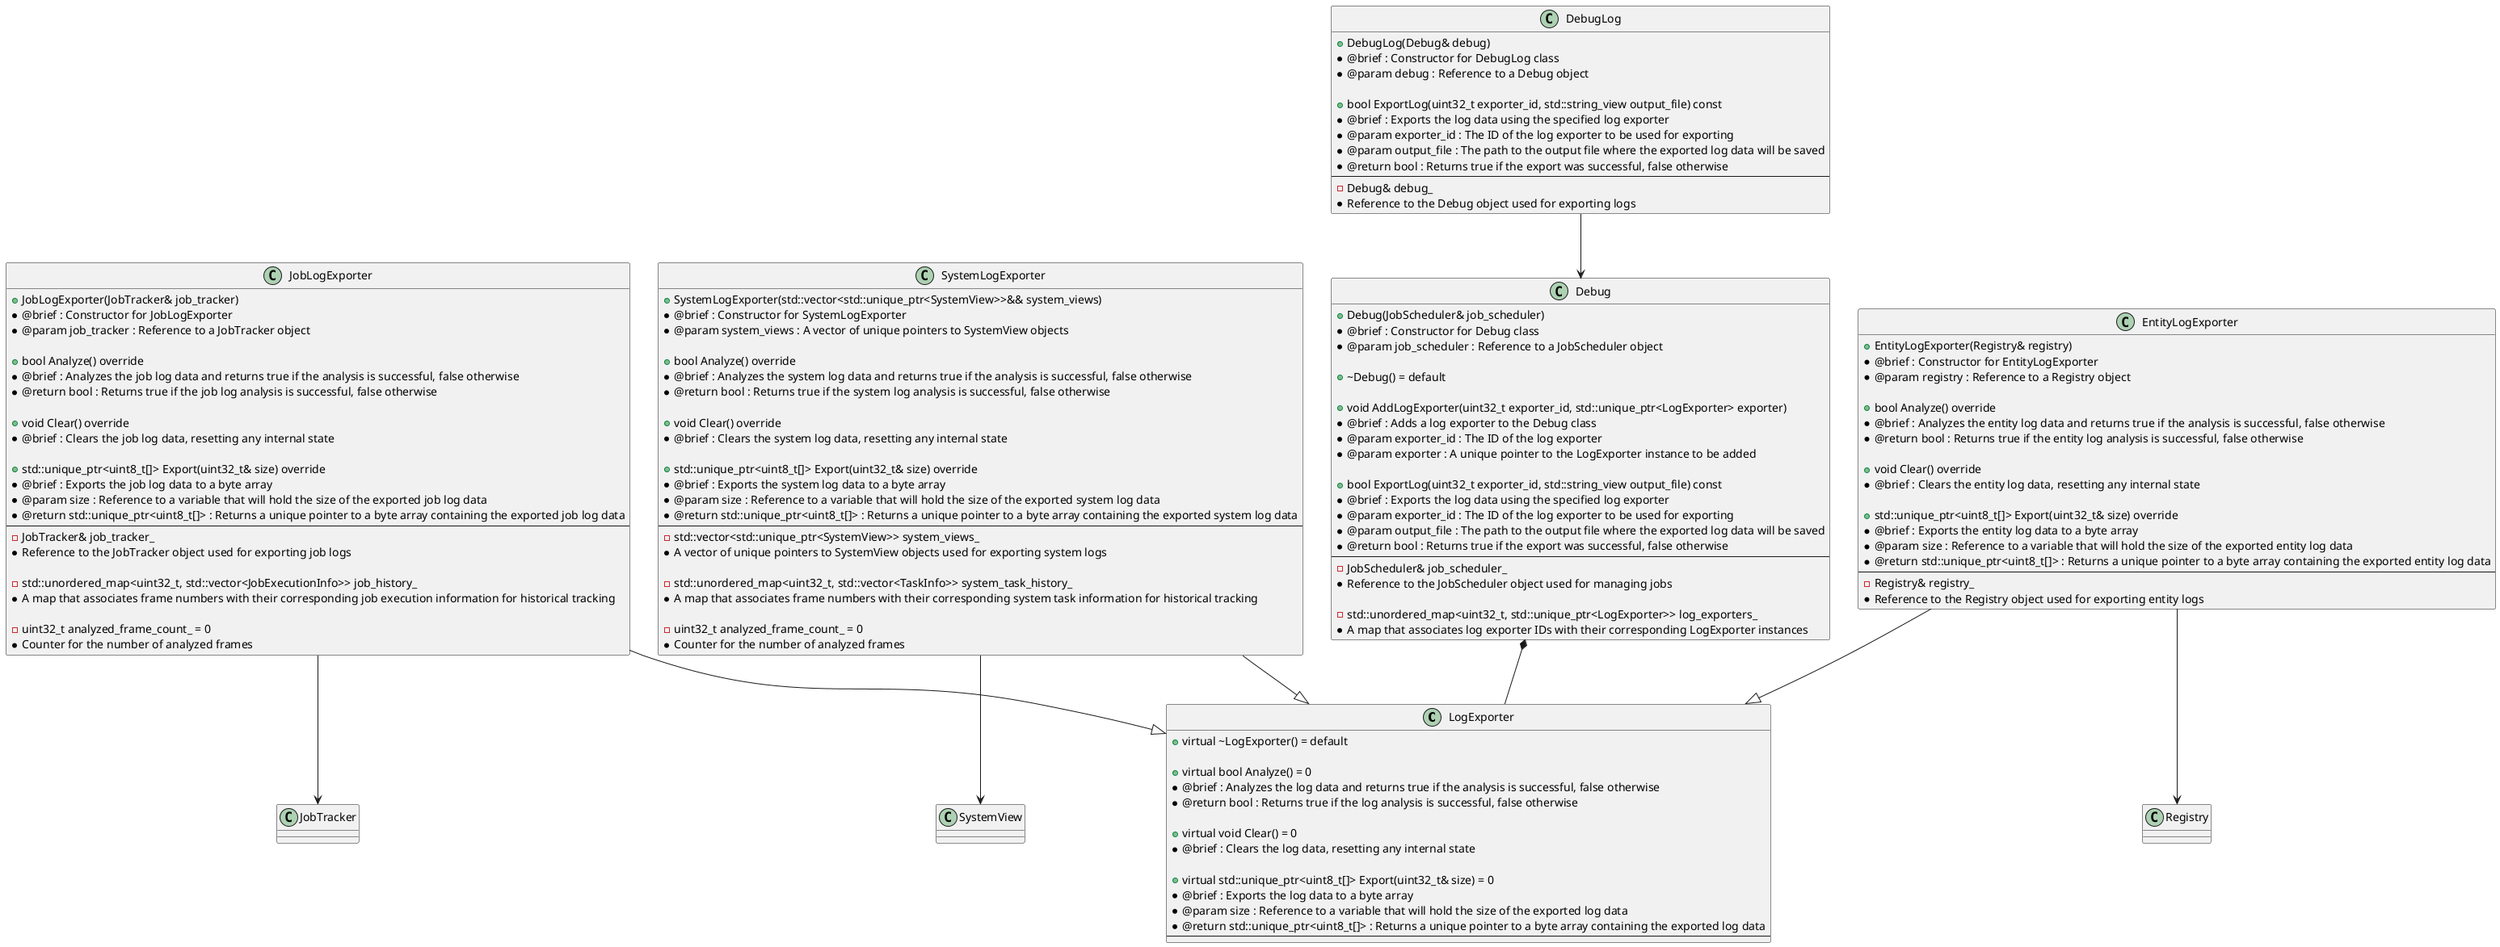
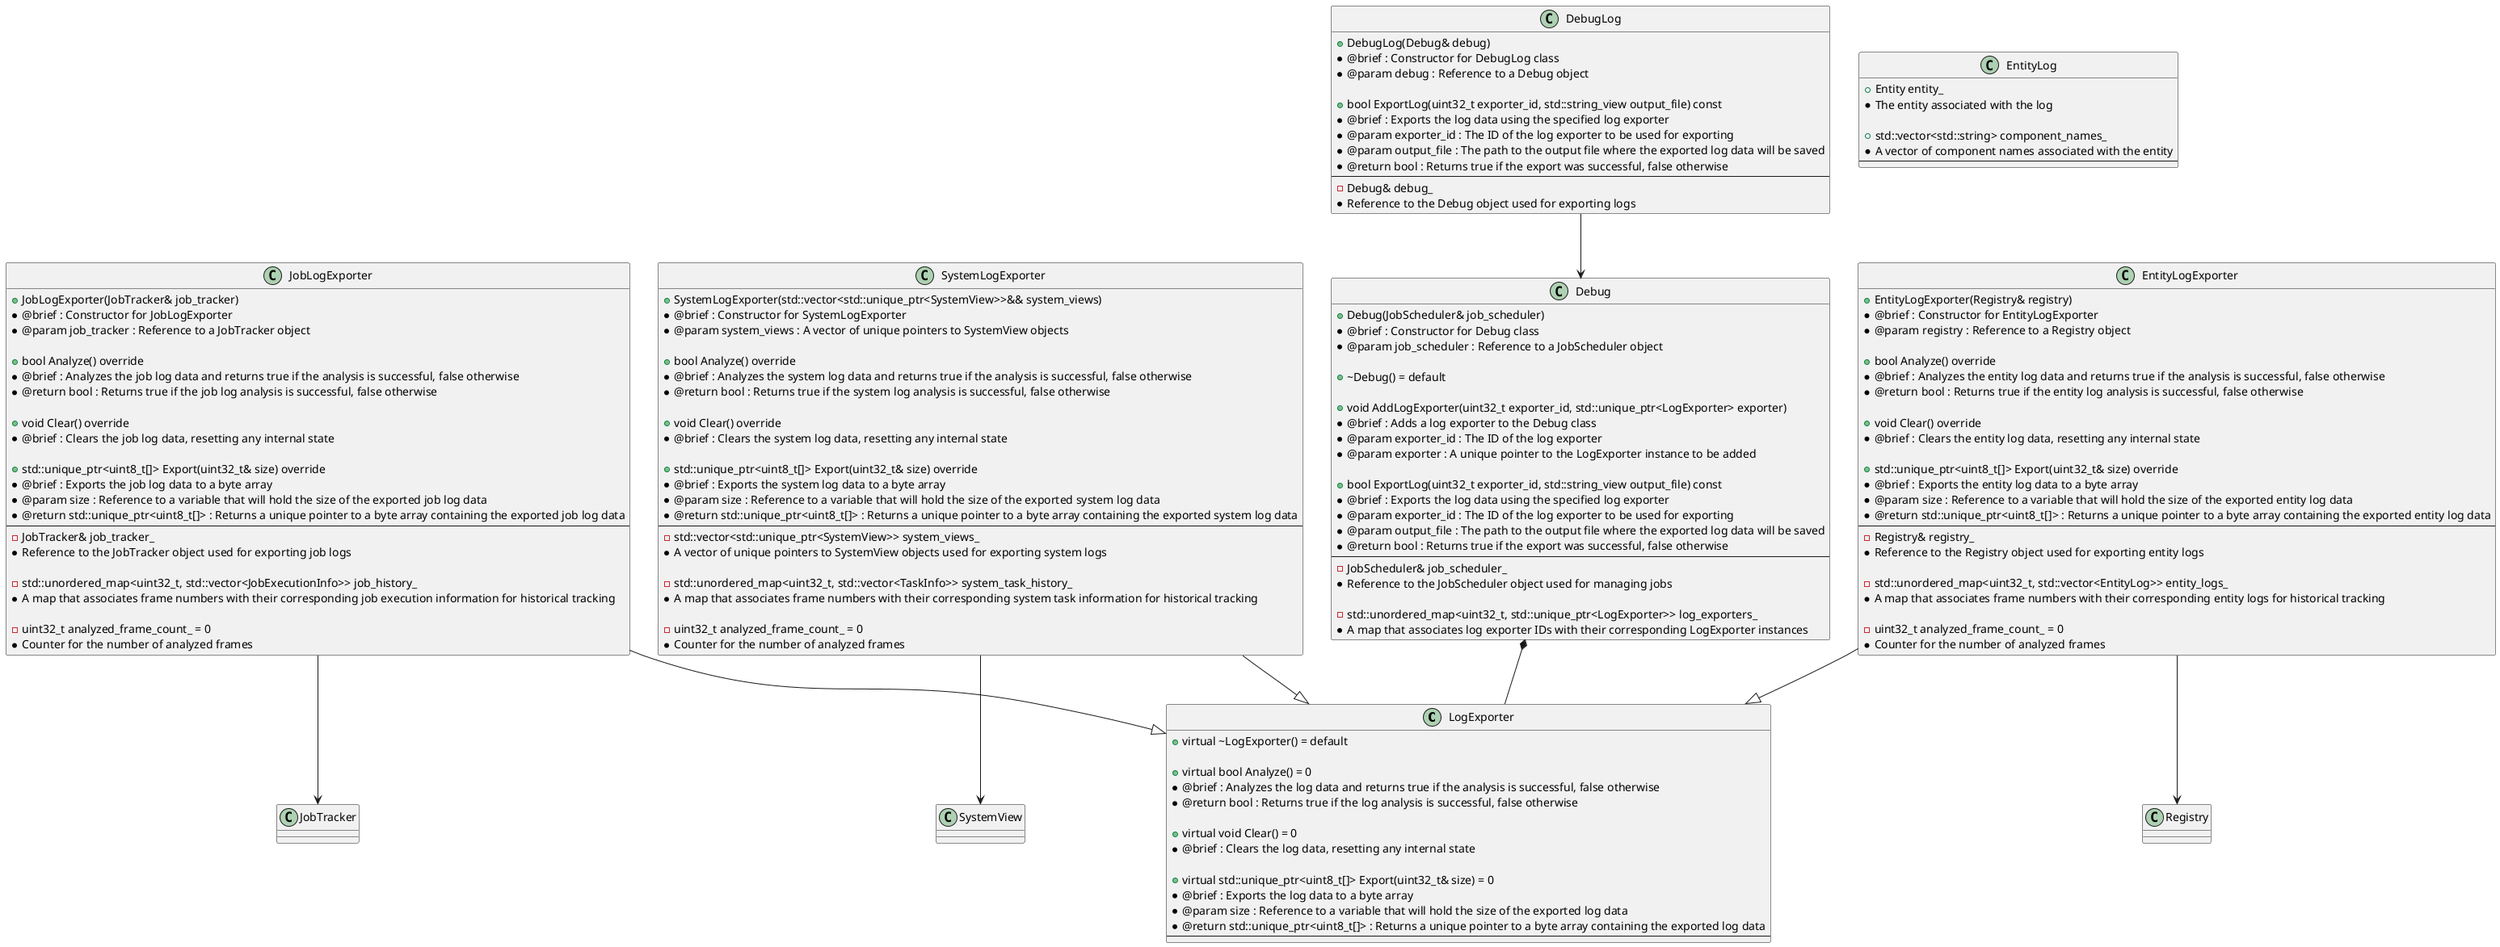
﻿@startuml

class LogExporter
{
    + virtual ~LogExporter() = default

    + virtual bool Analyze() = 0
     * @brief : Analyzes the log data and returns true if the analysis is successful, false otherwise
     * @return bool : Returns true if the log analysis is successful, false otherwise

    + virtual void Clear() = 0
     * @brief : Clears the log data, resetting any internal state

    + virtual std::unique_ptr<uint8_t[]> Export(uint32_t& size) = 0
     * @brief : Exports the log data to a byte array
     * @param size : Reference to a variable that will hold the size of the exported log data
     * @return std::unique_ptr<uint8_t[]> : Returns a unique pointer to a byte array containing the exported log data
    ---
}

class JobLogExporter
{
    + JobLogExporter(JobTracker& job_tracker)
     * @brief : Constructor for JobLogExporter
     * @param job_tracker : Reference to a JobTracker object

    + bool Analyze() override
     * @brief : Analyzes the job log data and returns true if the analysis is successful, false otherwise
     * @return bool : Returns true if the job log analysis is successful, false otherwise

    + void Clear() override
     * @brief : Clears the job log data, resetting any internal state

    + std::unique_ptr<uint8_t[]> Export(uint32_t& size) override
     * @brief : Exports the job log data to a byte array
     * @param size : Reference to a variable that will hold the size of the exported job log data
     * @return std::unique_ptr<uint8_t[]> : Returns a unique pointer to a byte array containing the exported job log data
    ---
    - JobTracker& job_tracker_
     * Reference to the JobTracker object used for exporting job logs

    - std::unordered_map<uint32_t, std::vector<JobExecutionInfo>> job_history_
     * A map that associates frame numbers with their corresponding job execution information for historical tracking

    - uint32_t analyzed_frame_count_ = 0
     * Counter for the number of analyzed frames
}
JobLogExporter --|> LogExporter
JobLogExporter --> JobTracker

class SystemLogExporter
{
    + SystemLogExporter(std::vector<std::unique_ptr<SystemView>>&& system_views)
     * @brief : Constructor for SystemLogExporter
     * @param system_views : A vector of unique pointers to SystemView objects

    + bool Analyze() override
     * @brief : Analyzes the system log data and returns true if the analysis is successful, false otherwise
     * @return bool : Returns true if the system log analysis is successful, false otherwise

    + void Clear() override
     * @brief : Clears the system log data, resetting any internal state

    + std::unique_ptr<uint8_t[]> Export(uint32_t& size) override
     * @brief : Exports the system log data to a byte array
     * @param size : Reference to a variable that will hold the size of the exported system log data
     * @return std::unique_ptr<uint8_t[]> : Returns a unique pointer to a byte array containing the exported system log data
    ---
    - std::vector<std::unique_ptr<SystemView>> system_views_
     * A vector of unique pointers to SystemView objects used for exporting system logs

    - std::unordered_map<uint32_t, std::vector<TaskInfo>> system_task_history_
     * A map that associates frame numbers with their corresponding system task information for historical tracking

    - uint32_t analyzed_frame_count_ = 0
     * Counter for the number of analyzed frames
}
SystemLogExporter --|> LogExporter
SystemLogExporter --> SystemView

+ class EntityLog
+ {
+     + Entity entity_
+     * The entity associated with the log
+ 
+     + std::vector<std::string> component_names_
+     * A vector of component names associated with the entity
+     ---
+ }
+ 
class EntityLogExporter
{
    + EntityLogExporter(Registry& registry)
     * @brief : Constructor for EntityLogExporter
     * @param registry : Reference to a Registry object

    + bool Analyze() override
     * @brief : Analyzes the entity log data and returns true if the analysis is successful, false otherwise
     * @return bool : Returns true if the entity log analysis is successful, false otherwise

    + void Clear() override
     * @brief : Clears the entity log data, resetting any internal state

    + std::unique_ptr<uint8_t[]> Export(uint32_t& size) override
     * @brief : Exports the entity log data to a byte array
     * @param size : Reference to a variable that will hold the size of the exported entity log data
     * @return std::unique_ptr<uint8_t[]> : Returns a unique pointer to a byte array containing the exported entity log data
    ---
    - Registry& registry_
     * Reference to the Registry object used for exporting entity logs
+ 
+     - std::unordered_map<uint32_t, std::vector<EntityLog>> entity_logs_
+      * A map that associates frame numbers with their corresponding entity logs for historical tracking
+ 
+     - uint32_t analyzed_frame_count_ = 0
+      * Counter for the number of analyzed frames
}
EntityLogExporter --|> LogExporter
EntityLogExporter --> Registry

class Debug
{
    + Debug(JobScheduler& job_scheduler)
     * @brief : Constructor for Debug class
     * @param job_scheduler : Reference to a JobScheduler object

    + ~Debug() = default

    + void AddLogExporter(uint32_t exporter_id, std::unique_ptr<LogExporter> exporter)
     * @brief : Adds a log exporter to the Debug class
     * @param exporter_id : The ID of the log exporter
     * @param exporter : A unique pointer to the LogExporter instance to be added

    + bool ExportLog(uint32_t exporter_id, std::string_view output_file) const
     * @brief : Exports the log data using the specified log exporter
     * @param exporter_id : The ID of the log exporter to be used for exporting
     * @param output_file : The path to the output file where the exported log data will be saved
     * @return bool : Returns true if the export was successful, false otherwise
    ---
    - JobScheduler& job_scheduler_
     * Reference to the JobScheduler object used for managing jobs

    - std::unordered_map<uint32_t, std::unique_ptr<LogExporter>> log_exporters_
     * A map that associates log exporter IDs with their corresponding LogExporter instances
}
Debug *-- LogExporter

class DebugLog
{
    + DebugLog(Debug& debug)
     * @brief : Constructor for DebugLog class
     * @param debug : Reference to a Debug object

    + bool ExportLog(uint32_t exporter_id, std::string_view output_file) const
     * @brief : Exports the log data using the specified log exporter
     * @param exporter_id : The ID of the log exporter to be used for exporting
     * @param output_file : The path to the output file where the exported log data will be saved
     * @return bool : Returns true if the export was successful, false otherwise
    ---
    - Debug& debug_
     * Reference to the Debug object used for exporting logs
}
DebugLog --> Debug

@enduml